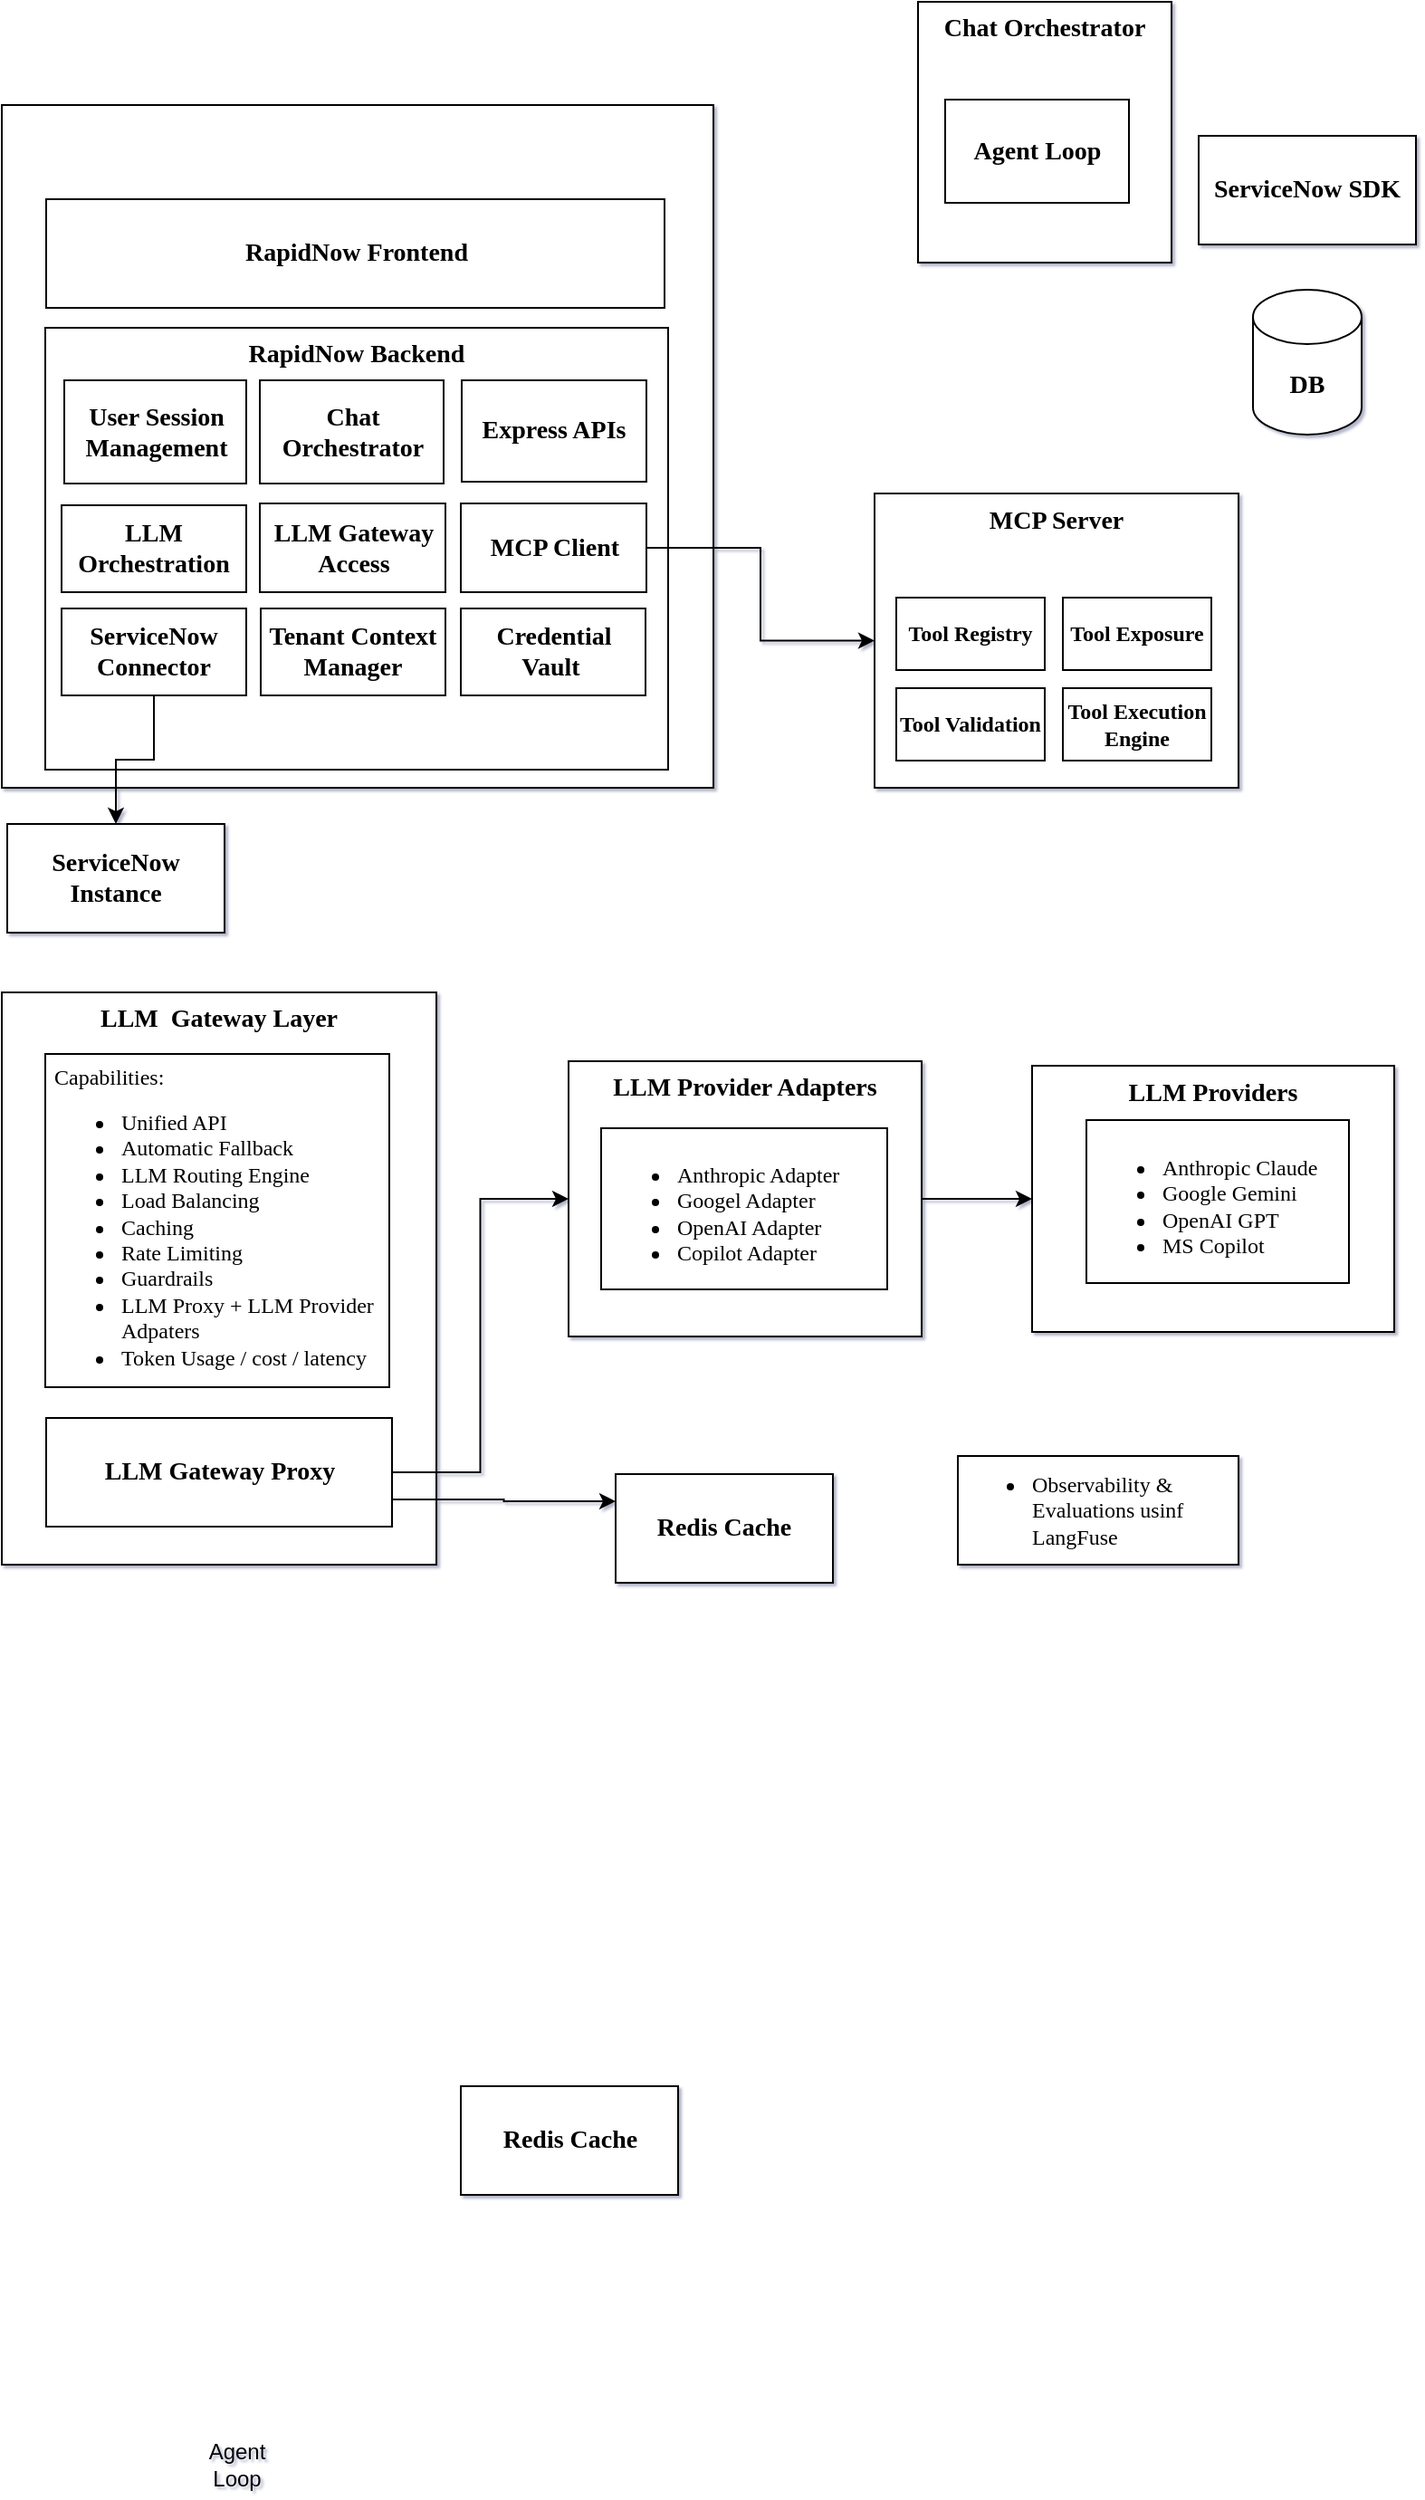
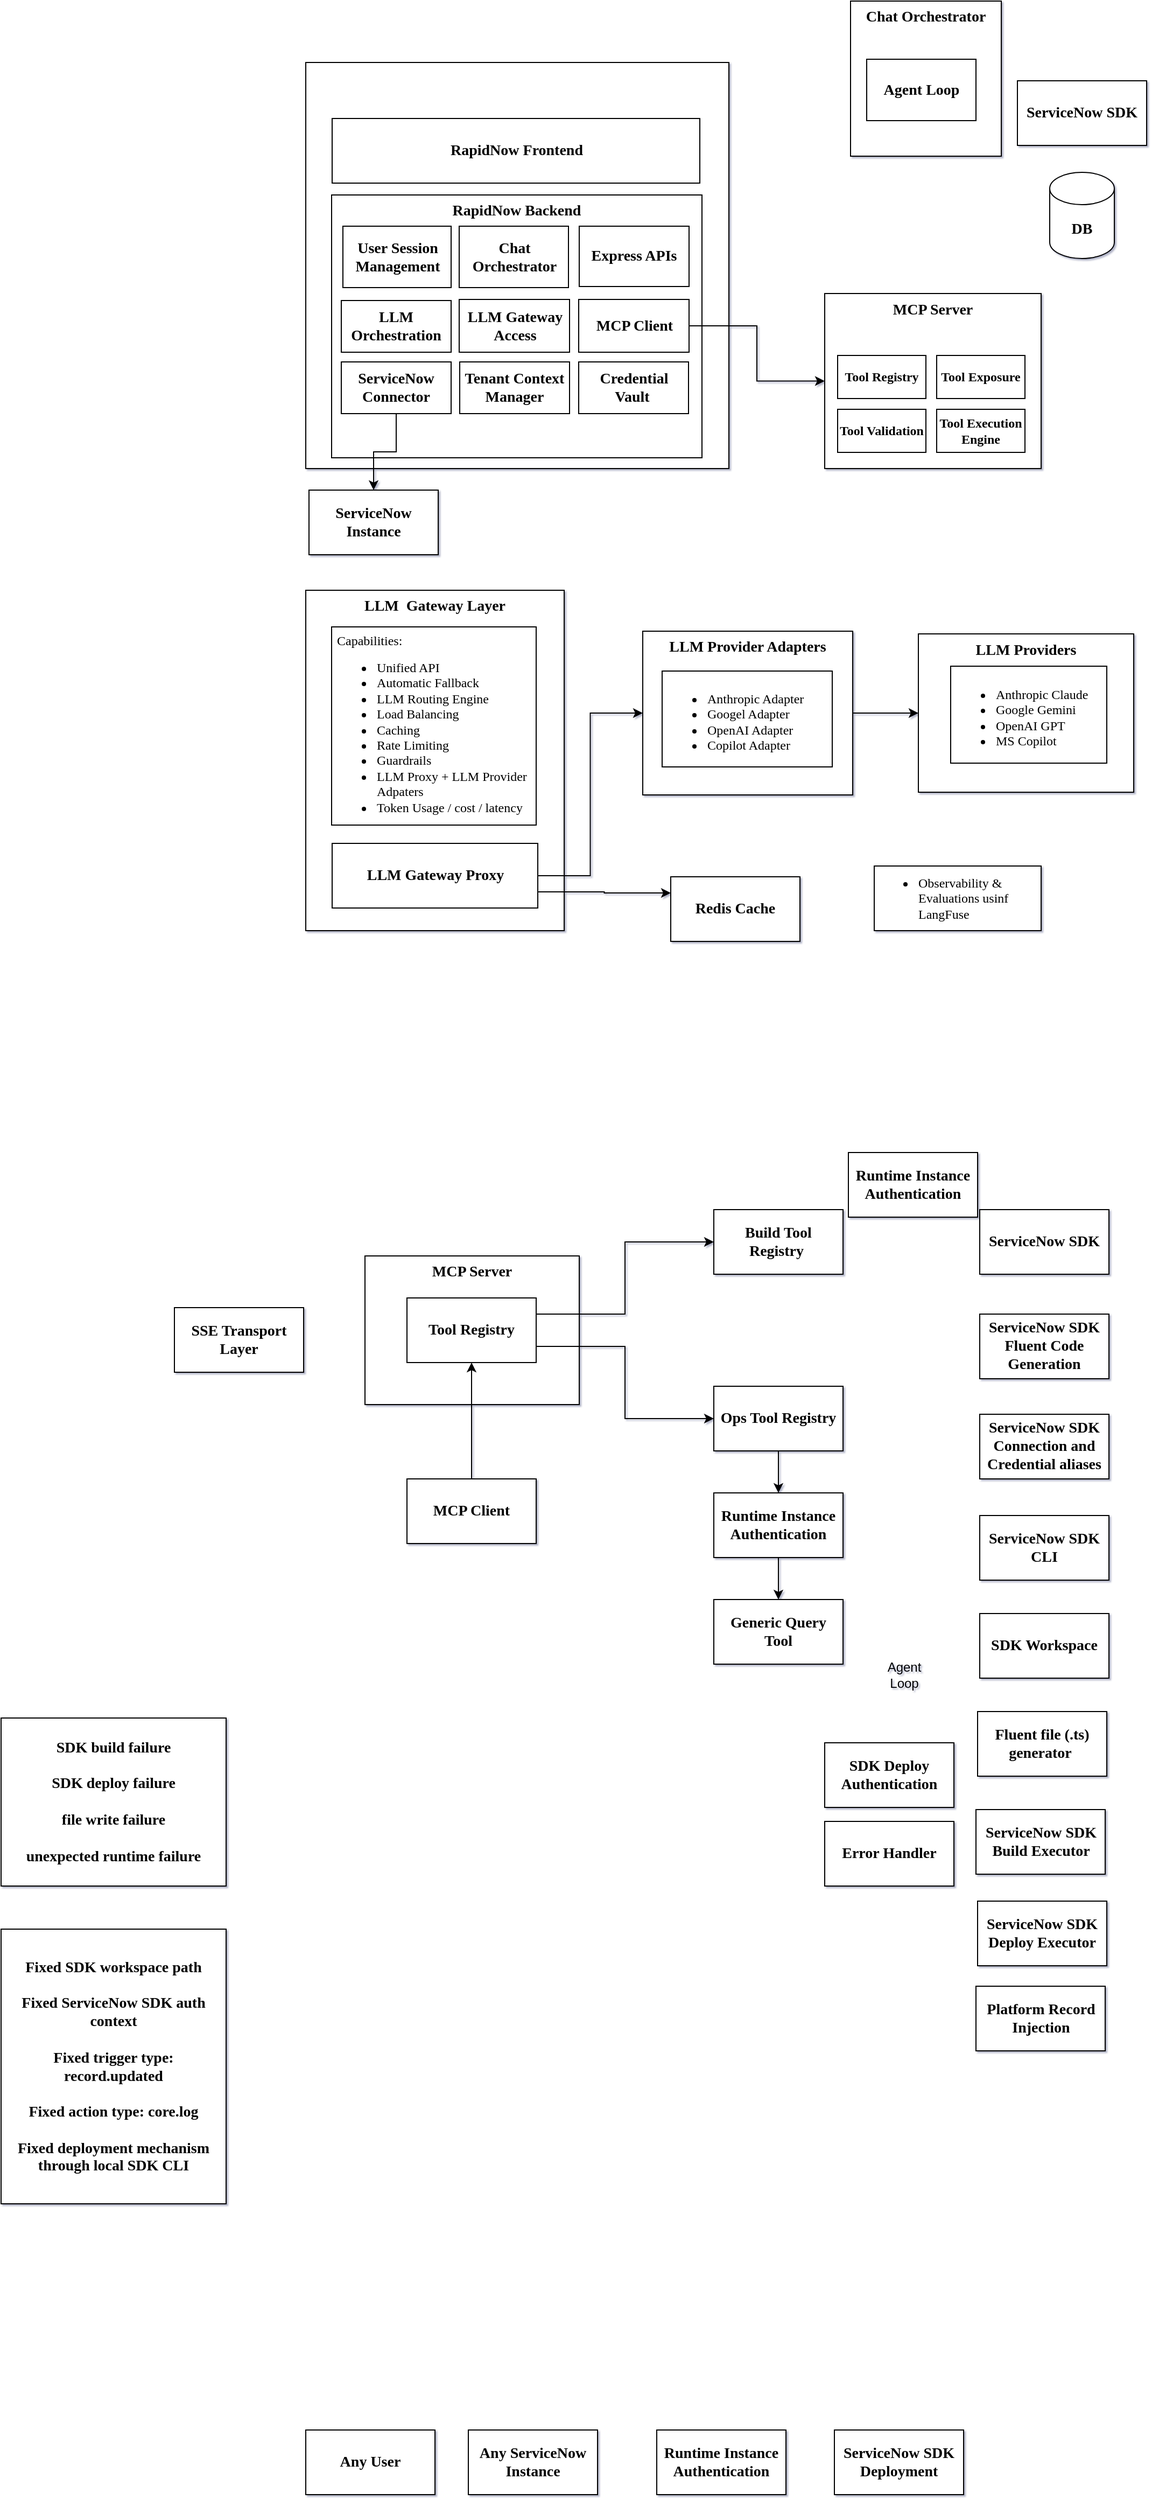
<mxfile host="app.diagrams.net">
  <diagram name="Page-1" id="b4t-OHUZPeLjAcX_frFG">
-     <mxGraphModel dx="730" dy="522" grid="0" gridSize="10" guides="1" tooltips="1" connect="1" arrows="1" fold="1" page="1" pageScale="1" pageWidth="850" pageHeight="1100" math="0" shadow="1">
+     <mxGraphModel dx="1956" dy="671" grid="0" gridSize="10" guides="1" tooltips="1" connect="1" arrows="1" fold="1" page="1" pageScale="1" pageWidth="850" pageHeight="1100" math="0" shadow="1">
      <root>
        <mxCell id="0" />
        <mxCell id="1" parent="0" />
+         <mxCell id="O-2L20qfE0jgSMuz00uW-5" parent="1" style="rounded=0;whiteSpace=wrap;html=1;fontFamily=Times New Roman;fontSize=14;fontStyle=1;verticalAlign=top;" value="MCP Server" vertex="1">
+           <mxGeometry height="138" width="199" x="101" y="1204" as="geometry" />
+         </mxCell>
        <mxCell id="zII8FL1W6vDsOD84WCIU-38" parent="1" style="rounded=0;whiteSpace=wrap;html=1;fontFamily=Times New Roman;fontSize=14;fontStyle=1;verticalAlign=top;" value="Chat Orchestrator" vertex="1">
          <mxGeometry height="144" width="140" x="552" y="39" as="geometry" />
        </mxCell>
        <mxCell id="zII8FL1W6vDsOD84WCIU-14" parent="1" style="rounded=0;whiteSpace=wrap;html=1;fontFamily=Times New Roman;fontSize=14;fontStyle=1;verticalAlign=top;" value="MCP Server" vertex="1">
          <mxGeometry height="162.5" width="201" x="528" y="310.5" as="geometry" />
        </mxCell>
        <mxCell id="zII8FL1W6vDsOD84WCIU-24" parent="1" style="rounded=0;whiteSpace=wrap;html=1;" value="" vertex="1">
          <mxGeometry height="377" width="393" x="46" y="96" as="geometry" />
        </mxCell>
        <mxCell id="zII8FL1W6vDsOD84WCIU-20" parent="1" style="rounded=0;whiteSpace=wrap;html=1;fontFamily=Times New Roman;fontSize=14;fontStyle=1;verticalAlign=top;" value="RapidNow Backend" vertex="1">
          <mxGeometry height="244" width="344" x="70" y="219" as="geometry" />
        </mxCell>
        <mxCell id="zII8FL1W6vDsOD84WCIU-10" edge="1" parent="1" source="zII8FL1W6vDsOD84WCIU-7" style="edgeStyle=orthogonalEdgeStyle;rounded=0;orthogonalLoop=1;jettySize=auto;html=1;exitX=1;exitY=0.5;exitDx=0;exitDy=0;entryX=0;entryY=0.5;entryDx=0;entryDy=0;" target="zII8FL1W6vDsOD84WCIU-1">
          <mxGeometry relative="1" as="geometry" />
        </mxCell>
        <mxCell id="zII8FL1W6vDsOD84WCIU-7" parent="1" style="rounded=0;whiteSpace=wrap;html=1;fontFamily=Times New Roman;fontStyle=1;fontSize=14;verticalAlign=top;" value="LLM Provider Adapters" vertex="1">
          <mxGeometry height="152" width="195" x="359" y="624" as="geometry" />
        </mxCell>
        <mxCell id="zII8FL1W6vDsOD84WCIU-1" parent="1" style="rounded=0;whiteSpace=wrap;html=1;fontFamily=Times New Roman;fontSize=14;fontStyle=1;verticalAlign=top;" value="LLM Providers" vertex="1">
          <mxGeometry height="147" width="200" x="615" y="626.5" as="geometry" />
        </mxCell>
        <mxCell id="MyxVNCEdh3MRacfrhNUW-3" parent="1" style="rounded=0;whiteSpace=wrap;html=1;fontFamily=Times New Roman;verticalAlign=top;fontSize=14;fontStyle=1;movable=1;resizable=1;rotatable=1;deletable=1;editable=1;locked=0;connectable=1;" value="LLM&amp;nbsp; Gateway Layer" vertex="1">
          <mxGeometry height="316" width="240" x="46" y="586" as="geometry" />
        </mxCell>
        <mxCell id="MyxVNCEdh3MRacfrhNUW-2" parent="1" style="rounded=0;html=1;verticalAlign=top;labelBorderColor=none;fontFamily=Times New Roman;fontSize=12;align=left;labelBackgroundColor=none;whiteSpace=wrap;" value="&lt;div style=&quot;line-height: 100%;&quot;&gt;&lt;span style=&quot;background-color: transparent; color: light-dark(rgb(0, 0, 0), rgb(255, 255, 255));&quot;&gt;&amp;nbsp;Capabilities:&lt;/span&gt;&lt;/div&gt;&lt;ul&gt;&lt;li&gt;&lt;span style=&quot;color: light-dark(rgb(0, 0, 0), rgb(255, 255, 255));&quot;&gt;Unified API&lt;/span&gt;&lt;/li&gt;&lt;li&gt;Automatic Fallback&amp;nbsp;&lt;/li&gt;&lt;li style=&quot;&quot;&gt;LLM Routing Engine&lt;/li&gt;&lt;li style=&quot;&quot;&gt;Load Balancing&lt;/li&gt;&lt;li style=&quot;&quot;&gt;Caching&lt;/li&gt;&lt;li style=&quot;&quot;&gt;Rate Limiting&lt;/li&gt;&lt;li style=&quot;&quot;&gt;Guardrails&lt;/li&gt;&lt;li style=&quot;&quot;&gt;LLM Proxy + LLM Provider Adpaters&amp;nbsp;&lt;/li&gt;&lt;li style=&quot;&quot;&gt;Token Usage / cost / latency&lt;/li&gt;&lt;/ul&gt;" vertex="1">
          <mxGeometry height="184" width="190" x="70" y="620" as="geometry" />
        </mxCell>
        <mxCell id="zII8FL1W6vDsOD84WCIU-2" parent="1" style="rounded=0;whiteSpace=wrap;html=1;fontFamily=Times New Roman;verticalAlign=top;align=left;" value="&lt;ul&gt;&lt;li&gt;Anthropic Claude&lt;/li&gt;&lt;li&gt;Google Gemini&lt;/li&gt;&lt;li&gt;OpenAI GPT&lt;/li&gt;&lt;li&gt;MS Copilot&lt;/li&gt;&lt;/ul&gt;" vertex="1">
          <mxGeometry height="90" width="145" x="645" y="656.5" as="geometry" />
        </mxCell>
        <mxCell id="zII8FL1W6vDsOD84WCIU-9" edge="1" parent="1" source="zII8FL1W6vDsOD84WCIU-3" style="edgeStyle=orthogonalEdgeStyle;rounded=0;orthogonalLoop=1;jettySize=auto;html=1;exitX=1;exitY=0.5;exitDx=0;exitDy=0;entryX=0;entryY=0.5;entryDx=0;entryDy=0;" target="zII8FL1W6vDsOD84WCIU-7">
          <mxGeometry relative="1" as="geometry" />
        </mxCell>
        <mxCell id="zII8FL1W6vDsOD84WCIU-21" edge="1" parent="1" source="zII8FL1W6vDsOD84WCIU-3" style="edgeStyle=orthogonalEdgeStyle;rounded=0;orthogonalLoop=1;jettySize=auto;html=1;exitX=1;exitY=0.75;exitDx=0;exitDy=0;entryX=0;entryY=0.25;entryDx=0;entryDy=0;" target="zII8FL1W6vDsOD84WCIU-17">
          <mxGeometry relative="1" as="geometry" />
        </mxCell>
        <mxCell id="zII8FL1W6vDsOD84WCIU-3" parent="1" style="rounded=0;whiteSpace=wrap;html=1;" value="&lt;span style=&quot;font-family: &amp;quot;Times New Roman&amp;quot;; font-size: 14px; font-weight: 700;&quot;&gt;LLM Gateway Proxy&lt;/span&gt;" vertex="1">
          <mxGeometry height="60" width="191" x="70.5" y="821" as="geometry" />
        </mxCell>
        <mxCell id="zII8FL1W6vDsOD84WCIU-8" parent="1" style="rounded=0;whiteSpace=wrap;html=1;fontFamily=Times New Roman;align=left;verticalAlign=top;" value="&lt;ul&gt;&lt;li&gt;Anthropic Adapter&amp;nbsp;&lt;/li&gt;&lt;li&gt;Googel Adapter&lt;/li&gt;&lt;li&gt;OpenAI Adapter&amp;nbsp;&lt;/li&gt;&lt;li&gt;Copilot Adapter&lt;/li&gt;&lt;/ul&gt;" vertex="1">
          <mxGeometry height="89" width="158" x="377" y="661" as="geometry" />
        </mxCell>
        <mxCell id="zII8FL1W6vDsOD84WCIU-11" parent="1" style="rounded=0;whiteSpace=wrap;html=1;fontFamily=Times New Roman;fontSize=14;fontStyle=1;verticalAlign=middle;" value="ServiceNow Instance" vertex="1">
          <mxGeometry height="60" width="120" x="49" y="493" as="geometry" />
        </mxCell>
        <mxCell id="zII8FL1W6vDsOD84WCIU-32" edge="1" parent="1" source="zII8FL1W6vDsOD84WCIU-13" style="edgeStyle=orthogonalEdgeStyle;rounded=0;orthogonalLoop=1;jettySize=auto;html=1;exitX=1;exitY=0.5;exitDx=0;exitDy=0;entryX=0;entryY=0.5;entryDx=0;entryDy=0;" target="zII8FL1W6vDsOD84WCIU-14">
          <mxGeometry relative="1" as="geometry" />
        </mxCell>
        <mxCell id="zII8FL1W6vDsOD84WCIU-13" parent="1" style="rounded=0;whiteSpace=wrap;html=1;fontFamily=Times New Roman;fontSize=14;fontStyle=1;verticalAlign=middle;" value="MCP Client" vertex="1">
          <mxGeometry height="49" width="102.5" x="299.5" y="316" as="geometry" />
        </mxCell>
        <mxCell id="zII8FL1W6vDsOD84WCIU-15" parent="1" style="rounded=0;whiteSpace=wrap;html=1;fontFamily=Times New Roman;fontSize=14;fontStyle=1;verticalAlign=middle;" value="ServiceNow SDK" vertex="1">
          <mxGeometry height="60" width="120" x="707" y="113" as="geometry" />
        </mxCell>
        <mxCell id="zII8FL1W6vDsOD84WCIU-17" parent="1" style="rounded=0;whiteSpace=wrap;html=1;fontFamily=Times New Roman;fontSize=14;fontStyle=1;verticalAlign=middle;" value="Redis Cache" vertex="1">
          <mxGeometry height="60" width="120" x="385" y="852" as="geometry" />
        </mxCell>
        <mxCell id="zII8FL1W6vDsOD84WCIU-19" parent="1" style="rounded=0;whiteSpace=wrap;html=1;fontFamily=Times New Roman;fontSize=14;fontStyle=1;verticalAlign=middle;" value="RapidNow Frontend" vertex="1">
          <mxGeometry height="60" width="341.5" x="70.5" y="148" as="geometry" />
        </mxCell>
        <mxCell id="zII8FL1W6vDsOD84WCIU-23" parent="1" style="rounded=0;whiteSpace=wrap;html=1;fontFamily=Times New Roman;fontSize=14;fontStyle=1;verticalAlign=middle;" value="Chat Orchestrator" vertex="1">
          <mxGeometry height="57" width="101.5" x="188.5" y="248" as="geometry" />
        </mxCell>
        <mxCell id="zII8FL1W6vDsOD84WCIU-25" parent="1" style="rounded=0;whiteSpace=wrap;html=1;fontFamily=Times New Roman;fontSize=14;fontStyle=1;verticalAlign=middle;" value="LLM Orchestration" vertex="1">
          <mxGeometry height="48" width="102" x="79" y="317" as="geometry" />
        </mxCell>
        <mxCell id="zII8FL1W6vDsOD84WCIU-26" parent="1" style="rounded=0;whiteSpace=wrap;html=1;fontFamily=Times New Roman;fontSize=14;fontStyle=1;verticalAlign=middle;" value="LLM Gateway Access" vertex="1">
          <mxGeometry height="49" width="102.5" x="188.5" y="316" as="geometry" />
        </mxCell>
        <mxCell id="zII8FL1W6vDsOD84WCIU-28" parent="1" style="rounded=0;whiteSpace=wrap;html=1;fontFamily=Times New Roman;fontSize=14;fontStyle=1;verticalAlign=middle;" value="User Session Management" vertex="1">
          <mxGeometry height="57" width="100.5" x="80.5" y="248" as="geometry" />
        </mxCell>
        <mxCell id="zII8FL1W6vDsOD84WCIU-30" parent="1" style="rounded=0;whiteSpace=wrap;html=1;fontFamily=Times New Roman;fontSize=14;fontStyle=1;verticalAlign=middle;" value="Express APIs" vertex="1">
          <mxGeometry height="56" width="102" x="300" y="248" as="geometry" />
        </mxCell>
        <mxCell id="zII8FL1W6vDsOD84WCIU-31" parent="1" style="shape=cylinder3;whiteSpace=wrap;html=1;boundedLbl=1;backgroundOutline=1;size=15;fontFamily=Times New Roman;fontStyle=1;fontSize=14;" value="DB" vertex="1">
          <mxGeometry height="80" width="60" x="737" y="198" as="geometry" />
        </mxCell>
        <mxCell id="zII8FL1W6vDsOD84WCIU-36" edge="1" parent="1" source="zII8FL1W6vDsOD84WCIU-33" style="edgeStyle=orthogonalEdgeStyle;rounded=0;orthogonalLoop=1;jettySize=auto;html=1;exitX=0.5;exitY=1;exitDx=0;exitDy=0;" target="zII8FL1W6vDsOD84WCIU-11">
          <mxGeometry relative="1" as="geometry" />
        </mxCell>
        <mxCell id="zII8FL1W6vDsOD84WCIU-33" parent="1" style="rounded=0;whiteSpace=wrap;html=1;fontFamily=Times New Roman;fontSize=14;fontStyle=1;verticalAlign=middle;" value="ServiceNow Connector" vertex="1">
          <mxGeometry height="48" width="102" x="79" y="374" as="geometry" />
        </mxCell>
        <mxCell id="zII8FL1W6vDsOD84WCIU-34" parent="1" style="rounded=0;whiteSpace=wrap;html=1;fontFamily=Times New Roman;fontStyle=1" value="Tool Registry" vertex="1">
          <mxGeometry height="40" width="82" x="540" y="368" as="geometry" />
        </mxCell>
        <mxCell id="zII8FL1W6vDsOD84WCIU-35" parent="1" style="rounded=0;whiteSpace=wrap;html=1;fontFamily=Times New Roman;fontSize=14;fontStyle=1;verticalAlign=middle;" value="Tenant Context Manager" vertex="1">
          <mxGeometry height="48" width="102" x="189" y="374" as="geometry" />
        </mxCell>
        <mxCell id="zII8FL1W6vDsOD84WCIU-37" parent="1" style="rounded=0;whiteSpace=wrap;html=1;fontFamily=Times New Roman;fontStyle=1" value="Tool Exposure" vertex="1">
          <mxGeometry height="40" width="82" x="632" y="368" as="geometry" />
        </mxCell>
        <mxCell id="zII8FL1W6vDsOD84WCIU-39" parent="1" style="rounded=0;whiteSpace=wrap;html=1;fontFamily=Times New Roman;fontSize=14;fontStyle=1;verticalAlign=middle;" value="Agent Loop" vertex="1">
          <mxGeometry height="57" width="101.5" x="567" y="93" as="geometry" />
        </mxCell>
        <mxCell id="zII8FL1W6vDsOD84WCIU-40" parent="1" style="rounded=0;whiteSpace=wrap;html=1;fontFamily=Times New Roman;fontStyle=1" value="Tool Validation" vertex="1">
          <mxGeometry height="40" width="82" x="540" y="418" as="geometry" />
        </mxCell>
        <mxCell id="zII8FL1W6vDsOD84WCIU-42" parent="1" style="rounded=0;whiteSpace=wrap;html=1;fontFamily=Times New Roman;fontStyle=1" value="Tool Execution Engine" vertex="1">
          <mxGeometry height="40" width="82" x="632" y="418" as="geometry" />
        </mxCell>
        <mxCell id="zII8FL1W6vDsOD84WCIU-43" parent="1" style="rounded=0;whiteSpace=wrap;html=1;fontFamily=Times New Roman;fontSize=14;fontStyle=1;verticalAlign=middle;" value="Credential Vault&amp;nbsp;" vertex="1">
          <mxGeometry height="48" width="102" x="299.5" y="374" as="geometry" />
        </mxCell>
-         <mxCell id="JEUizxt-pyhx6dGXGkAJ-1" parent="1" style="rounded=0;whiteSpace=wrap;html=1;fontFamily=Times New Roman;fontSize=14;fontStyle=1;verticalAlign=middle;" value="Redis Cache" vertex="1">
-           <mxGeometry height="60" width="120" x="299.5" y="1190" as="geometry" />
+         <mxCell id="O-2L20qfE0jgSMuz00uW-3" edge="1" parent="1" source="JEUizxt-pyhx6dGXGkAJ-1" style="edgeStyle=orthogonalEdgeStyle;rounded=0;orthogonalLoop=1;jettySize=auto;html=1;exitX=1;exitY=0.25;exitDx=0;exitDy=0;entryX=0;entryY=0.5;entryDx=0;entryDy=0;" target="O-2L20qfE0jgSMuz00uW-1">
+           <mxGeometry relative="1" as="geometry" />
+         </mxCell>
+         <mxCell id="O-2L20qfE0jgSMuz00uW-4" edge="1" parent="1" source="JEUizxt-pyhx6dGXGkAJ-1" style="edgeStyle=orthogonalEdgeStyle;rounded=0;orthogonalLoop=1;jettySize=auto;html=1;exitX=1;exitY=0.75;exitDx=0;exitDy=0;entryX=0;entryY=0.5;entryDx=0;entryDy=0;" target="O-2L20qfE0jgSMuz00uW-2">
+           <mxGeometry relative="1" as="geometry" />
+         </mxCell>
+         <mxCell id="JEUizxt-pyhx6dGXGkAJ-1" parent="1" style="rounded=0;whiteSpace=wrap;html=1;fontFamily=Times New Roman;fontSize=14;fontStyle=1;verticalAlign=middle;" value="Tool Registry" vertex="1">
+           <mxGeometry height="60" width="120" x="140" y="1243" as="geometry" />
        </mxCell>
        <mxCell id="JEUizxt-pyhx6dGXGkAJ-2" parent="1" style="text;html=1;whiteSpace=wrap;strokeColor=none;fillColor=none;align=center;verticalAlign=middle;rounded=0;" value="Agent Loop" vertex="1">
-           <mxGeometry height="30" width="60" x="146" y="1384" as="geometry" />
+           <mxGeometry height="30" width="60" x="572" y="1578" as="geometry" />
        </mxCell>
        <mxCell id="JEUizxt-pyhx6dGXGkAJ-3" parent="1" style="rounded=0;whiteSpace=wrap;html=1;" value="&lt;ul style=&quot;font-family: &amp;quot;Times New Roman&amp;quot;; text-align: left;&quot;&gt;&lt;li&gt;Observability &amp;amp; Evaluations usinf LangFuse&lt;/li&gt;&lt;/ul&gt;" vertex="1">
          <mxGeometry height="60" width="155" x="574" y="842" as="geometry" />
+         </mxCell>
+         <mxCell id="O-2L20qfE0jgSMuz00uW-1" parent="1" style="rounded=0;whiteSpace=wrap;html=1;fontFamily=Times New Roman;fontSize=14;fontStyle=1;verticalAlign=middle;" value="Build Tool Registry&amp;nbsp;" vertex="1">
+           <mxGeometry height="60" width="120" x="425" y="1161" as="geometry" />
+         </mxCell>
+         <mxCell id="O-2L20qfE0jgSMuz00uW-25" edge="1" parent="1" source="O-2L20qfE0jgSMuz00uW-2" style="edgeStyle=orthogonalEdgeStyle;rounded=0;orthogonalLoop=1;jettySize=auto;html=1;exitX=0.5;exitY=1;exitDx=0;exitDy=0;entryX=0.5;entryY=0;entryDx=0;entryDy=0;" target="O-2L20qfE0jgSMuz00uW-24">
+           <mxGeometry relative="1" as="geometry" />
+         </mxCell>
+         <mxCell id="O-2L20qfE0jgSMuz00uW-2" parent="1" style="rounded=0;whiteSpace=wrap;html=1;fontFamily=Times New Roman;fontSize=14;fontStyle=1;verticalAlign=middle;" value="Ops Tool Registry" vertex="1">
+           <mxGeometry height="60" width="120" x="425" y="1325" as="geometry" />
+         </mxCell>
+         <mxCell id="O-2L20qfE0jgSMuz00uW-8" edge="1" parent="1" source="O-2L20qfE0jgSMuz00uW-6" style="edgeStyle=orthogonalEdgeStyle;rounded=0;orthogonalLoop=1;jettySize=auto;html=1;exitX=0.5;exitY=0;exitDx=0;exitDy=0;" target="JEUizxt-pyhx6dGXGkAJ-1">
+           <mxGeometry relative="1" as="geometry" />
+         </mxCell>
+         <mxCell id="O-2L20qfE0jgSMuz00uW-6" parent="1" style="rounded=0;whiteSpace=wrap;html=1;fontFamily=Times New Roman;fontSize=14;fontStyle=1;verticalAlign=middle;" value="MCP Client" vertex="1">
+           <mxGeometry height="60" width="120" x="140" y="1411" as="geometry" />
+         </mxCell>
+         <mxCell id="O-2L20qfE0jgSMuz00uW-9" parent="1" style="rounded=0;whiteSpace=wrap;html=1;fontFamily=Times New Roman;fontSize=14;fontStyle=1;verticalAlign=middle;" value="ServiceNow SDK" vertex="1">
+           <mxGeometry height="60" width="120" x="672" y="1161" as="geometry" />
+         </mxCell>
+         <mxCell id="O-2L20qfE0jgSMuz00uW-10" parent="1" style="rounded=0;whiteSpace=wrap;html=1;fontFamily=Times New Roman;fontSize=14;fontStyle=1;verticalAlign=middle;" value="ServiceNow SDK&lt;div&gt;Fluent Code Generation&lt;/div&gt;" vertex="1">
+           <mxGeometry height="60" width="120" x="672" y="1258" as="geometry" />
+         </mxCell>
+         <mxCell id="O-2L20qfE0jgSMuz00uW-11" parent="1" style="rounded=0;whiteSpace=wrap;html=1;fontFamily=Times New Roman;fontSize=14;fontStyle=1;verticalAlign=middle;" value="ServiceNow SDK CLI" vertex="1">
+           <mxGeometry height="60" width="120" x="672" y="1445" as="geometry" />
+         </mxCell>
+         <mxCell id="O-2L20qfE0jgSMuz00uW-12" parent="1" style="rounded=0;whiteSpace=wrap;html=1;fontFamily=Times New Roman;fontSize=14;fontStyle=1;verticalAlign=middle;" value="ServiceNow SDK Connection and Credential aliases" vertex="1">
+           <mxGeometry height="60" width="120" x="672" y="1351" as="geometry" />
+         </mxCell>
+         <mxCell id="O-2L20qfE0jgSMuz00uW-15" parent="1" style="rounded=0;whiteSpace=wrap;html=1;fontFamily=Times New Roman;fontSize=14;fontStyle=1;verticalAlign=middle;" value="SDK Workspace" vertex="1">
+           <mxGeometry height="60" width="120" x="672" y="1536" as="geometry" />
+         </mxCell>
+         <mxCell id="O-2L20qfE0jgSMuz00uW-16" parent="1" style="rounded=0;whiteSpace=wrap;html=1;fontFamily=Times New Roman;fontSize=14;fontStyle=1;verticalAlign=middle;" value="Fluent file (.ts) generator&amp;nbsp;" vertex="1">
+           <mxGeometry height="60" width="120" x="670" y="1627" as="geometry" />
+         </mxCell>
+         <mxCell id="O-2L20qfE0jgSMuz00uW-17" parent="1" style="rounded=0;whiteSpace=wrap;html=1;fontFamily=Times New Roman;fontSize=14;fontStyle=1;verticalAlign=middle;" value="ServiceNow SDK Build Executor" vertex="1">
+           <mxGeometry height="60" width="120" x="668.5" y="1718" as="geometry" />
+         </mxCell>
+         <mxCell id="O-2L20qfE0jgSMuz00uW-18" parent="1" style="rounded=0;whiteSpace=wrap;html=1;fontFamily=Times New Roman;fontSize=14;fontStyle=1;verticalAlign=middle;" value="ServiceNow SDK Deploy Executor" vertex="1">
+           <mxGeometry height="60" width="120" x="670" y="1803" as="geometry" />
+         </mxCell>
+         <mxCell id="O-2L20qfE0jgSMuz00uW-19" parent="1" style="rounded=0;whiteSpace=wrap;html=1;fontFamily=Times New Roman;fontSize=14;fontStyle=1;verticalAlign=middle;" value="Runtime Instance Authentication" vertex="1">
+           <mxGeometry height="60" width="120" x="550" y="1108" as="geometry" />
+         </mxCell>
+         <mxCell id="O-2L20qfE0jgSMuz00uW-21" parent="1" style="rounded=0;whiteSpace=wrap;html=1;fontFamily=Times New Roman;fontSize=14;fontStyle=1;verticalAlign=middle;" value="Platform Record Injection" vertex="1">
+           <mxGeometry height="60" width="120" x="668.5" y="1882" as="geometry" />
+         </mxCell>
+         <mxCell id="O-2L20qfE0jgSMuz00uW-22" parent="1" style="rounded=0;whiteSpace=wrap;html=1;fontFamily=Times New Roman;fontSize=14;fontStyle=1;verticalAlign=middle;" value="Generic Query Tool" vertex="1">
+           <mxGeometry height="60" width="120" x="425" y="1523" as="geometry" />
+         </mxCell>
+         <mxCell id="O-2L20qfE0jgSMuz00uW-26" edge="1" parent="1" source="O-2L20qfE0jgSMuz00uW-24" style="edgeStyle=orthogonalEdgeStyle;rounded=0;orthogonalLoop=1;jettySize=auto;html=1;exitX=0.5;exitY=1;exitDx=0;exitDy=0;" target="O-2L20qfE0jgSMuz00uW-22">
+           <mxGeometry relative="1" as="geometry" />
+         </mxCell>
+         <mxCell id="O-2L20qfE0jgSMuz00uW-24" parent="1" style="rounded=0;whiteSpace=wrap;html=1;fontFamily=Times New Roman;fontSize=14;fontStyle=1;verticalAlign=middle;" value="Runtime Instance Authentication" vertex="1">
+           <mxGeometry height="60" width="120" x="425" y="1424" as="geometry" />
+         </mxCell>
+         <mxCell id="O-2L20qfE0jgSMuz00uW-27" parent="1" style="rounded=0;whiteSpace=wrap;html=1;fontFamily=Times New Roman;fontSize=14;fontStyle=1;verticalAlign=middle;" value="Error Handler" vertex="1">
+           <mxGeometry height="60" width="120" x="528" y="1729" as="geometry" />
+         </mxCell>
+         <mxCell id="O-2L20qfE0jgSMuz00uW-28" parent="1" style="rounded=0;whiteSpace=wrap;html=1;fontFamily=Times New Roman;fontSize=14;fontStyle=1;verticalAlign=middle;" value="SSE Transport Layer" vertex="1">
+           <mxGeometry height="60" width="120" x="-76" y="1252" as="geometry" />
+         </mxCell>
+         <mxCell id="O-2L20qfE0jgSMuz00uW-29" parent="1" style="rounded=0;whiteSpace=wrap;html=1;fontFamily=Times New Roman;fontSize=14;fontStyle=1;verticalAlign=middle;" value="SDK Deploy Authentication" vertex="1">
+           <mxGeometry height="60" width="120" x="528" y="1656" as="geometry" />
+         </mxCell>
+         <mxCell id="O-2L20qfE0jgSMuz00uW-30" parent="1" style="rounded=0;whiteSpace=wrap;html=1;fontFamily=Times New Roman;fontSize=14;fontStyle=1;verticalAlign=middle;" value="Runtime Instance Authentication" vertex="1">
+           <mxGeometry height="60" width="120" x="372" y="2294" as="geometry" />
+         </mxCell>
+         <mxCell id="O-2L20qfE0jgSMuz00uW-31" parent="1" style="rounded=0;whiteSpace=wrap;html=1;fontFamily=Times New Roman;fontSize=14;fontStyle=1;verticalAlign=middle;" value="Any User" vertex="1">
+           <mxGeometry height="60" width="120" x="46" y="2294" as="geometry" />
+         </mxCell>
+         <mxCell id="O-2L20qfE0jgSMuz00uW-32" parent="1" style="rounded=0;whiteSpace=wrap;html=1;fontFamily=Times New Roman;fontSize=14;fontStyle=1;verticalAlign=middle;" value="Any ServiceNow Instance" vertex="1">
+           <mxGeometry height="60" width="120" x="197" y="2294" as="geometry" />
+         </mxCell>
+         <mxCell id="O-2L20qfE0jgSMuz00uW-33" parent="1" style="rounded=0;whiteSpace=wrap;html=1;fontFamily=Times New Roman;fontSize=14;fontStyle=1;verticalAlign=middle;" value="ServiceNow SDK Deployment" vertex="1">
+           <mxGeometry height="60" width="120" x="537" y="2294" as="geometry" />
+         </mxCell>
+         <mxCell id="O-2L20qfE0jgSMuz00uW-37" parent="1" style="rounded=0;whiteSpace=wrap;html=1;fontFamily=Times New Roman;fontSize=14;fontStyle=1;verticalAlign=middle;" value="&lt;font face=&quot;Times New Roman&quot;&gt;&lt;span style=&quot;background-color: transparent; color: light-dark(rgb(0, 0, 0), rgb(255, 255, 255)); text-align: left;&quot;&gt;SDK build failure&lt;/span&gt;&lt;br&gt;&lt;span style=&quot;&quot;&gt;&lt;br&gt;&lt;/span&gt;&lt;span style=&quot;text-align: left; background-color: transparent; color: light-dark(rgb(0, 0, 0), rgb(255, 255, 255));&quot;&gt;SDK deploy failure&lt;/span&gt;&lt;br&gt;&lt;span style=&quot;&quot;&gt;&lt;br&gt;&lt;/span&gt;&lt;span style=&quot;text-align: left; background-color: transparent; color: light-dark(rgb(0, 0, 0), rgb(255, 255, 255));&quot;&gt;file write failure&lt;/span&gt;&lt;br&gt;&lt;span style=&quot;&quot;&gt;&lt;br&gt;&lt;/span&gt;&lt;span style=&quot;text-align: left; background-color: transparent; color: light-dark(rgb(0, 0, 0), rgb(255, 255, 255));&quot;&gt;unexpected runtime failure&lt;/span&gt;&lt;/font&gt;" vertex="1">
+           <mxGeometry height="156" width="209" x="-237" y="1633" as="geometry" />
+         </mxCell>
+         <mxCell id="O-2L20qfE0jgSMuz00uW-39" parent="1" style="rounded=0;whiteSpace=wrap;html=1;fontFamily=Times New Roman;fontSize=14;fontStyle=1;verticalAlign=middle;" value="&lt;div class=&quot;scriptor-paragraph&quot;&gt;&lt;span&gt;Fixed SDK workspace path&lt;/span&gt;&lt;/div&gt;&lt;div class=&quot;scriptor-paragraph&quot;&gt;&lt;span&gt;&lt;br&gt;&lt;/span&gt;&lt;/div&gt;&lt;div class=&quot;scriptor-paragraph&quot;&gt;&lt;span&gt;Fixed ServiceNow SDK auth context&lt;/span&gt;&lt;/div&gt;&lt;div class=&quot;scriptor-paragraph&quot;&gt;&lt;span&gt;&lt;br&gt;&lt;/span&gt;&lt;/div&gt;&lt;div class=&quot;scriptor-paragraph&quot;&gt;&lt;span&gt;Fixed trigger type: record.updated&lt;/span&gt;&lt;/div&gt;&lt;div class=&quot;scriptor-paragraph&quot;&gt;&lt;span&gt;&lt;br&gt;&lt;/span&gt;&lt;/div&gt;&lt;div class=&quot;scriptor-paragraph&quot;&gt;&lt;span&gt;Fixed action type: core.log&lt;/span&gt;&lt;/div&gt;&lt;div class=&quot;scriptor-paragraph&quot;&gt;&lt;span&gt;&lt;br&gt;&lt;/span&gt;&lt;/div&gt;&lt;div class=&quot;scriptor-paragraph&quot;&gt;&lt;span&gt;Fixed deployment mechanism through local SDK CLI&lt;/span&gt;&lt;/div&gt;" vertex="1">
+           <mxGeometry height="255" width="209" x="-237" y="1829" as="geometry" />
        </mxCell>
      </root>
    </mxGraphModel>
  </diagram>
</mxfile>
